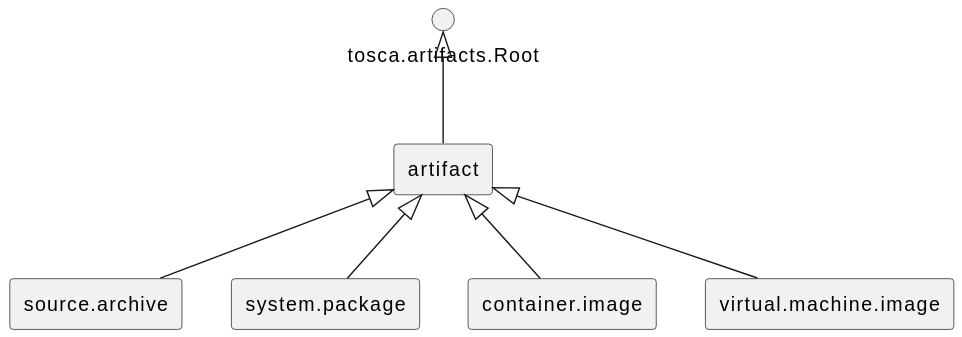
OpenTOSCA/opentosca-vintner keeps this PlantUML diagram as docs/docs/normative/tosca-vintner-profile-core.artifact-types.svg. Above is the earlier version.
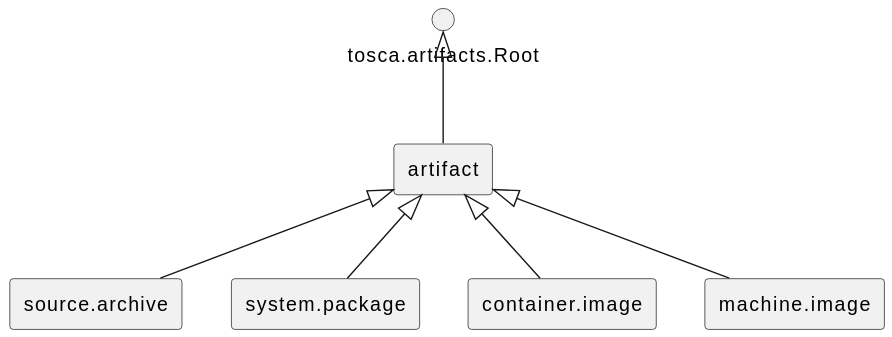
After the commit.

Diff of the diagram source:
```diff
@@ -10,7 +10,7 @@
 
 rectangle "container.image"
 
-rectangle "virtual.machine.image"
+rectangle "machine.image"
 
 
 "tosca.artifacts.Root" <|-- "artifact"
@@ -21,5 +21,5 @@
 
 "artifact" <|-- "container.image"
 
-"artifact" <|-- "virtual.machine.image"
+"artifact" <|-- "machine.image"
 @enduml
```
